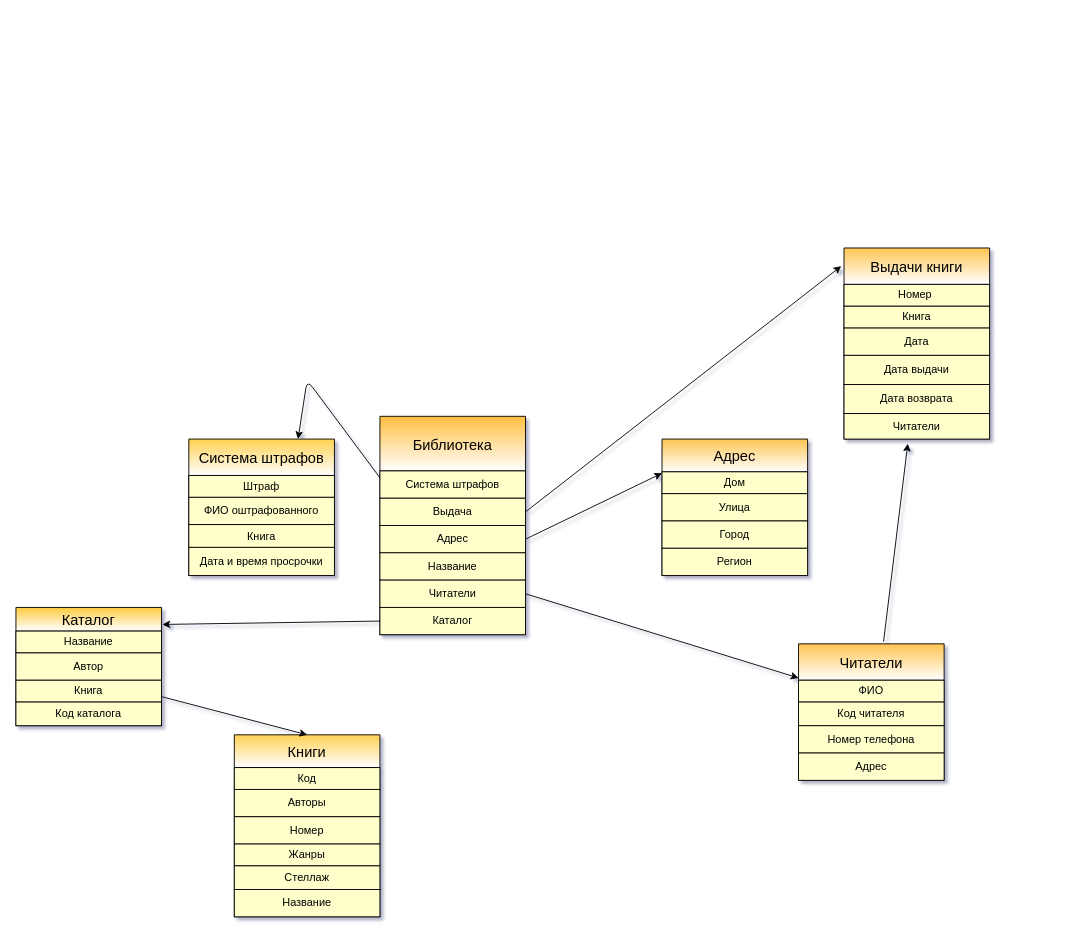
This is Лошаков/Untitled Diagram.drawio from LoskakovSergey915/tasks_915, a draw.io file, before an edit. Source tidied: cells renumbered, new cells numbered last; positions are measured from the earlier drawing's top-left corner, leaving out a move shared by most shapes. Both pictures are drawn from the tidied source at 91%, with x=0, y=0 at pixel (15, 248).
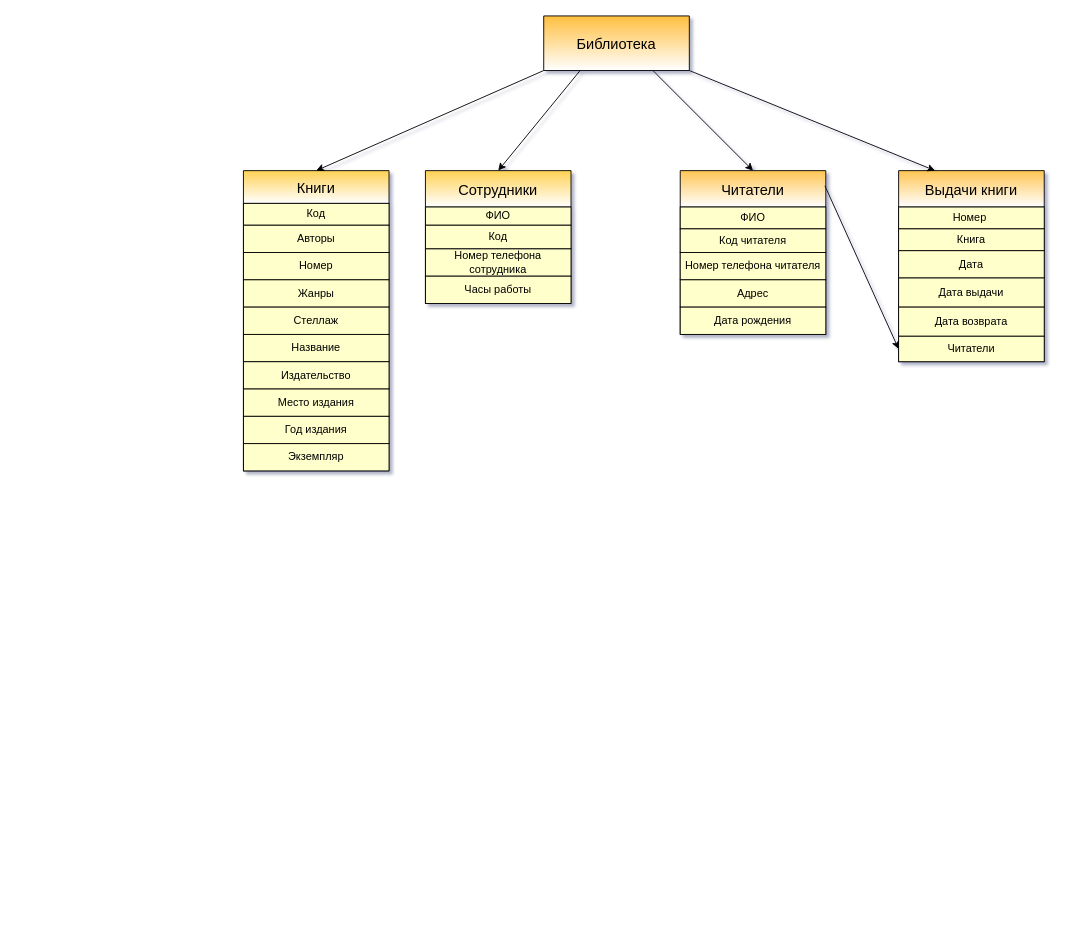
The same page after the edit.

The change refers to these unchanged cells:
```xml
<mxCell id="20" value="Читатели" style="rounded=0;whiteSpace=wrap;html=1;fillColor=#FFFFCC;gradientColor=none;fontFamily=Helvetica;fontSize=12;" parent="14" vertex="1">
  <mxGeometry y="182" width="160" height="28" as="geometry" />
</mxCell>
```

What changed in the source:
```diff
@@
     <mxCell id="3" value="Читатели" style="swimlane;fontStyle=0;horizontal=1;startSize=40;align=center;fontSize=16;gradientDirection=north;gradientColor=#FFC552;" parent="2" vertex="1">
-      <mxGeometry x="860" y="435" width="160" height="150" as="geometry" />
+      <mxGeometry x="730" y="-85" width="160" height="180" as="geometry" />
     </mxCell>
@@
-    <mxCell id="7" value="Номер телефона" style="rounded=0;whiteSpace=wrap;html=1;fontFamily=Helvetica;fillColor=#FFFFCC;" parent="3" vertex="1">
+    <mxCell id="7" value="Номер телефона читателя" style="rounded=0;whiteSpace=wrap;html=1;fontFamily=Helvetica;fillColor=#FFFFCC;" parent="3" vertex="1">
       <mxGeometry y="90" width="160" height="30" as="geometry" />
     </mxCell>
@@
-    <mxCell id="9" value="Каталог" style="swimlane;fontStyle=0;horizontal=1;startSize=26;align=center;fontSize=16;gradientDirection=north;gradientColor=#FFCC40;" parent="2" vertex="1">
-      <mxGeometry y="395" width="160" height="130" as="geometry" />
-    </mxCell>
-    <mxCell id="10" value="Название" style="rounded=0;whiteSpace=wrap;html=1;fontFamily=Helvetica;fillColor=#FFFFCC;" parent="9" vertex="1">
-      <mxGeometry y="26" width="160" height="24" as="geometry" />
-    </mxCell>
-    <mxCell id="11" value="Автор" style="rounded=0;whiteSpace=wrap;html=1;fontFamily=Helvetica;fillColor=#FFFFCC;" parent="9" vertex="1">
-      <mxGeometry y="50" width="160" height="30" as="geometry" />
-    </mxCell>
-    <mxCell id="12" value="Книга" style="rounded=0;whiteSpace=wrap;html=1;fontFamily=Helvetica;fillColor=#FFFFCC;" parent="9" vertex="1">
-      <mxGeometry y="80" width="160" height="24" as="geometry" />
-    </mxCell>
-    <mxCell id="13" value="Код каталога" style="rounded=0;whiteSpace=wrap;html=1;fillColor=#FFFFCC;gradientColor=none;fontFamily=Helvetica;fontSize=12;" parent="9" vertex="1">
-      <mxGeometry y="104" width="160" height="26" as="geometry" />
-    </mxCell>
+    <mxCell id="53" value="Дата рождения" style="rounded=0;whiteSpace=wrap;html=1;fillColor=#FFFFCC;gradientColor=none;fontFamily=Helvetica;fontSize=12;" parent="3" vertex="1">
+      <mxGeometry y="150" width="160" height="30" as="geometry" />
+    </mxCell>
     <mxCell id="14" value="Выдачи книги" style="swimlane;fontStyle=0;horizontal=1;startSize=40;align=center;fontSize=16;gradientDirection=north;gradientColor=#FFC552;" parent="2" vertex="1">
-      <mxGeometry x="910" width="160" height="210" as="geometry" />
+      <mxGeometry x="970" y="-85" width="160" height="210" as="geometry" />
     </mxCell>
@@
     <mxCell id="21" value="Библиотека" style="swimlane;fontStyle=0;horizontal=1;startSize=60;align=center;fontSize=16;gradientDirection=north;gradientColor=#FFBF40;" parent="2" vertex="1">
-      <mxGeometry x="400" y="185" width="160" height="240" as="geometry" />
+      <mxGeometry x="580" y="-255" width="160" height="60" as="geometry" />
     </mxCell>
-    <mxCell id="22" value="Система штрафов" style="rounded=0;whiteSpace=wrap;html=1;fontFamily=Helvetica;fillColor=#FFFFCC;" parent="21" vertex="1">
-      <mxGeometry y="60" width="160" height="30" as="geometry" />
-    </mxCell>
-    <mxCell id="23" value="Выдача" style="rounded=0;whiteSpace=wrap;html=1;fontFamily=Helvetica;fillColor=#FFFFCC;" parent="21" vertex="1">
-      <mxGeometry y="90" width="160" height="30" as="geometry" />
-    </mxCell>
-    <mxCell id="24" value="Адрес" style="rounded=0;whiteSpace=wrap;html=1;fontFamily=Helvetica;fillColor=#FFFFCC;" parent="21" vertex="1">
-      <mxGeometry y="120" width="160" height="30" as="geometry" />
-    </mxCell>
-    <mxCell id="25" value="Название" style="rounded=0;whiteSpace=wrap;html=1;fontFamily=Helvetica;fillColor=#FFFFCC;" parent="21" vertex="1">
-      <mxGeometry y="150" width="160" height="30" as="geometry" />
-    </mxCell>
-    <mxCell id="26" value="Читатели" style="rounded=0;whiteSpace=wrap;html=1;fontFamily=Helvetica;fillColor=#FFFFCC;" parent="21" vertex="1">
-      <mxGeometry y="180" width="160" height="30" as="geometry" />
-    </mxCell>
-    <mxCell id="27" value="Каталог" style="rounded=0;whiteSpace=wrap;html=1;fontFamily=Helvetica;fillColor=#FFFFCC;" parent="21" vertex="1">
-      <mxGeometry y="210" width="160" height="30" as="geometry" />
-    </mxCell>
-    <mxCell id="28" style="edgeStyle=orthogonalEdgeStyle;rounded=0;orthogonalLoop=1;jettySize=auto;html=1;exitX=0.5;exitY=1;exitDx=0;exitDy=0;fontFamily=Helvetica;" parent="21" edge="1" source="22" target="22">
-      <mxGeometry relative="1" as="geometry" />
+    <mxCell id="28" style="edgeStyle=orthogonalEdgeStyle;rounded=0;orthogonalLoop=1;jettySize=auto;html=1;exitX=0.5;exitY=1;exitDx=0;exitDy=0;fontFamily=Helvetica;" parent="21" edge="1">
+      <mxGeometry relative="1" as="geometry">
+        <mxPoint x="80" y="90" as="sourcePoint" />
+        <mxPoint x="80" y="90" as="targetPoint" />
+      </mxGeometry>
     </mxCell>
-    <mxCell id="29" style="endArrow=classic;html=1;fontFamily=Helvetica;exitX=1;exitY=0.5;exitDx=0;exitDy=0;entryX=0;entryY=0.25;entryDx=0;entryDy=0;" parent="2" edge="1" source="26" target="3">
-      <mxGeometry relative="1" as="geometry" />
-    </mxCell>
-    <mxCell id="30" style="endArrow=classic;html=1;fontFamily=Helvetica;exitX=0;exitY=0.5;exitDx=0;exitDy=0;entryX=1.006;entryY=0.144;entryDx=0;entryDy=0;entryPerimeter=0;" parent="2" edge="1" source="27" target="9">
-      <mxGeometry relative="1" as="geometry" />
-    </mxCell>
-    <mxCell id="31" style="endArrow=classic;html=1;fontFamily=Helvetica;exitX=0;exitY=0.25;exitDx=0;exitDy=0;entryX=0.75;entryY=0;entryDx=0;entryDy=0;" parent="2" edge="1" source="22" target="39">
-      <mxGeometry relative="1" as="geometry">
-        <Array as="points">
-          <mxPoint x="320" y="145" />
-        </Array>
-      </mxGeometry>
-    </mxCell>
-    <mxCell id="32" style="endArrow=classic;html=1;fontFamily=Helvetica;entryX=-0.019;entryY=0.095;entryDx=0;entryDy=0;entryPerimeter=0;exitX=1;exitY=0.5;exitDx=0;exitDy=0;" parent="2" edge="1" source="23" target="14">
-      <mxGeometry relative="1" as="geometry" />
-    </mxCell>
-    <mxCell id="33" style="endArrow=classic;html=1;fontFamily=Helvetica;exitX=1;exitY=0.5;exitDx=0;exitDy=0;entryX=0;entryY=0.25;entryDx=0;entryDy=0;" parent="2" edge="1" source="24" target="34">
-      <mxGeometry relative="1" as="geometry" />
-    </mxCell>
-    <mxCell id="34" value="Адрес" style="swimlane;fontStyle=0;horizontal=1;startSize=36;align=center;fontSize=16;gradientDirection=north;gradientColor=#FFC552;" parent="2" vertex="1">
-      <mxGeometry x="710" y="210" width="160" height="150" as="geometry" />
-    </mxCell>
-    <mxCell id="35" value="Дом" style="rounded=0;whiteSpace=wrap;html=1;fontFamily=Helvetica;fillColor=#FFFFCC;" parent="34" vertex="1">
-      <mxGeometry y="36" width="160" height="24" as="geometry" />
-    </mxCell>
-    <mxCell id="36" value="Улица" style="rounded=0;whiteSpace=wrap;html=1;fontFamily=Helvetica;fillColor=#FFFFCC;" parent="34" vertex="1">
-      <mxGeometry y="60" width="160" height="30" as="geometry" />
-    </mxCell>
-    <mxCell id="37" value="Город" style="rounded=0;whiteSpace=wrap;html=1;fillColor=#FFFFCC;gradientColor=none;fontFamily=Helvetica;fontSize=12;" parent="34" vertex="1">
-      <mxGeometry y="90" width="160" height="30" as="geometry" />
-    </mxCell>
-    <mxCell id="38" value="Регион" style="rounded=0;whiteSpace=wrap;html=1;fillColor=#FFFFCC;gradientColor=none;fontFamily=Helvetica;fontSize=12;" parent="34" vertex="1">
-      <mxGeometry y="120" width="160" height="30" as="geometry" />
-    </mxCell>
-    <mxCell id="39" value="Система штрафов" style="swimlane;fontStyle=0;horizontal=1;startSize=40;align=center;fontSize=16;gradientDirection=north;gradientColor=#FFD152;" parent="2" vertex="1">
-      <mxGeometry x="190" y="210" width="160" height="150" as="geometry" />
-    </mxCell>
-    <mxCell id="40" value="Штраф" style="rounded=0;whiteSpace=wrap;html=1;fontFamily=Helvetica;fillColor=#FFFFCC;" parent="39" vertex="1">
-      <mxGeometry y="40" width="160" height="24" as="geometry" />
-    </mxCell>
-    <mxCell id="41" value="ФИО оштрафованного" style="rounded=0;whiteSpace=wrap;html=1;fontFamily=Helvetica;fillColor=#FFFFCC;" parent="39" vertex="1">
-      <mxGeometry y="64" width="160" height="30" as="geometry" />
-    </mxCell>
-    <mxCell id="42" value="Книга" style="rounded=0;whiteSpace=wrap;html=1;fontFamily=Helvetica;fillColor=#FFFFCC;" parent="39" vertex="1">
-      <mxGeometry y="94" width="160" height="25" as="geometry" />
-    </mxCell>
-    <mxCell id="43" value="Дата и время просрочки" style="rounded=0;whiteSpace=wrap;html=1;fontFamily=Helvetica;fillColor=#FFFFCC;" parent="39" vertex="1">
-      <mxGeometry y="119" width="160" height="31" as="geometry" />
-    </mxCell>
     <mxCell id="44" value="Книги" style="swimlane;fontStyle=0;horizontal=1;startSize=36;align=center;fontSize=16;gradientDirection=north;gradientColor=#FFD154;" parent="2" vertex="1">
-      <mxGeometry x="240" y="535" width="160" height="200" as="geometry" />
+      <mxGeometry x="250" y="-85" width="160" height="330" as="geometry" />
     </mxCell>
@@
     <mxCell id="48" value="Жанры" style="rounded=0;whiteSpace=wrap;html=1;fontFamily=Helvetica;fillColor=#FFFFCC;" parent="44" vertex="1">
-      <mxGeometry y="120" width="160" height="24" as="geometry" />
+      <mxGeometry y="120" width="160" height="30" as="geometry" />
     </mxCell>
     <mxCell id="49" value="Стеллаж" style="rounded=0;whiteSpace=wrap;html=1;fontFamily=Helvetica;fillColor=#FFFFCC;" parent="44" vertex="1">
-      <mxGeometry y="144" width="160" height="26" as="geometry" />
+      <mxGeometry y="150" width="160" height="30" as="geometry" />
     </mxCell>
     <mxCell id="50" value="Название" style="rounded=0;whiteSpace=wrap;html=1;fontFamily=Helvetica;fillColor=#FFFFCC;" parent="44" vertex="1">
-      <mxGeometry y="170" width="160" height="30" as="geometry" />
+      <mxGeometry y="180" width="160" height="30" as="geometry" />
     </mxCell>
+    <mxCell id="54" value="Издательство" style="rounded=0;whiteSpace=wrap;html=1;fillColor=#FFFFCC;gradientColor=none;fontFamily=Helvetica;fontSize=12;" parent="44" vertex="1">
+      <mxGeometry y="210" width="160" height="30" as="geometry" />
+    </mxCell>
+    <mxCell id="55" value="Место издания" style="rounded=0;whiteSpace=wrap;html=1;fillColor=#FFFFCC;gradientColor=none;fontFamily=Helvetica;fontSize=12;" parent="44" vertex="1">
+      <mxGeometry y="240" width="160" height="30" as="geometry" />
+    </mxCell>
+    <mxCell id="56" value="Год издания" style="rounded=0;whiteSpace=wrap;html=1;fillColor=#FFFFCC;gradientColor=none;fontFamily=Helvetica;fontSize=12;" parent="44" vertex="1">
+      <mxGeometry y="270" width="160" height="30" as="geometry" />
+    </mxCell>
+    <mxCell id="57" value="Экземпляр" style="rounded=0;whiteSpace=wrap;html=1;fillColor=#FFFFCC;gradientColor=none;fontFamily=Helvetica;fontSize=12;" parent="44" vertex="1">
+      <mxGeometry y="300" width="160" height="30" as="geometry" />
+    </mxCell>
-    <mxCell id="51" style="endArrow=classic;html=1;fontFamily=Helvetica;exitX=1;exitY=0.75;exitDx=0;exitDy=0;entryX=0.5;entryY=0;entryDx=0;entryDy=0;" parent="2" edge="1" source="12" target="44">
+    <mxCell id="51" style="endArrow=classic;html=1;fontFamily=Helvetica;entryX=0.5;entryY=0;entryDx=0;entryDy=0;exitX=0;exitY=1;exitDx=0;exitDy=0;" parent="2" edge="1" source="21" target="44">
       <mxGeometry relative="1" as="geometry" />
     </mxCell>
-    <mxCell id="52" style="endArrow=classic;html=1;fontFamily=Helvetica;fontSize=12;exitX=0.584;exitY=-0.016;exitDx=0;exitDy=0;exitPerimeter=0;entryX=0.438;entryY=1.179;entryDx=0;entryDy=0;entryPerimeter=0;" parent="2" edge="1" source="3" target="20">
+    <mxCell id="52" style="endArrow=classic;html=1;fontFamily=Helvetica;fontSize=12;exitX=0.994;exitY=0.093;exitDx=0;exitDy=0;entryX=0;entryY=0.5;entryDx=0;entryDy=0;exitPerimeter=0;" parent="2" edge="1" source="3" target="20">
       <mxGeometry relative="1" as="geometry" />
     </mxCell>
+    <mxCell id="58" style="endArrow=classic;html=1;fontFamily=Helvetica;fontSize=12;entryX=0.5;entryY=0;entryDx=0;entryDy=0;exitX=0.75;exitY=1;exitDx=0;exitDy=0;" parent="2" edge="1" source="21" target="3">
+      <mxGeometry relative="1" as="geometry" />
+    </mxCell>
+    <mxCell id="59" style="endArrow=classic;html=1;fontFamily=Helvetica;fontSize=12;exitX=1;exitY=1;exitDx=0;exitDy=0;entryX=0.25;entryY=0;entryDx=0;entryDy=0;" parent="2" edge="1" source="21" target="14">
+      <mxGeometry relative="1" as="geometry" />
+    </mxCell>
+    <mxCell id="60" value="Сотрудники" style="swimlane;fontStyle=0;horizontal=1;startSize=40;align=center;fontSize=16;gradientDirection=north;gradientColor=#FFD154;" parent="2" vertex="1">
+      <mxGeometry x="450" y="-85" width="160" height="146" as="geometry" />
+    </mxCell>
+    <mxCell id="61" value="ФИО" style="rounded=0;whiteSpace=wrap;html=1;fillColor=#FFFFCC;gradientColor=none;fontFamily=Helvetica;fontSize=12;" parent="60" vertex="1">
+      <mxGeometry y="40" width="160" height="20" as="geometry" />
+    </mxCell>
+    <mxCell id="62" value="Код" style="rounded=0;whiteSpace=wrap;html=1;fontFamily=Helvetica;fillColor=#FFFFCC;" parent="60" vertex="1">
+      <mxGeometry y="60" width="160" height="26" as="geometry" />
+    </mxCell>
+    <mxCell id="63" value="Номер телефона сотрудника" style="rounded=0;whiteSpace=wrap;html=1;fillColor=#FFFFCC;gradientColor=none;fontFamily=Helvetica;fontSize=12;" parent="60" vertex="1">
+      <mxGeometry y="86" width="160" height="30" as="geometry" />
+    </mxCell>
+    <mxCell id="64" value="Часы работы" style="rounded=0;whiteSpace=wrap;html=1;fillColor=#FFFFCC;gradientColor=none;fontFamily=Helvetica;fontSize=12;" parent="60" vertex="1">
+      <mxGeometry y="116" width="160" height="30" as="geometry" />
+    </mxCell>
+    <mxCell id="65" style="endArrow=classic;html=1;fontFamily=Helvetica;fontSize=12;entryX=0.5;entryY=0;entryDx=0;entryDy=0;exitX=0.25;exitY=1;exitDx=0;exitDy=0;" parent="2" edge="1" source="21" target="60">
+      <mxGeometry relative="1" as="geometry" />
+    </mxCell>
```
